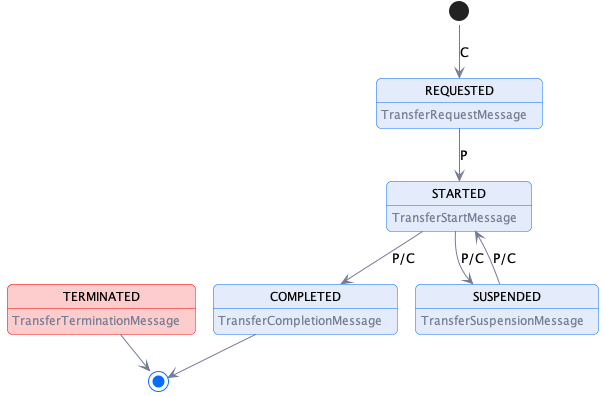
Before: transfer/transfer-process-state-machine.png, a diagram exported from PlantUML (International-Data-Spaces-Association/ids-specification).
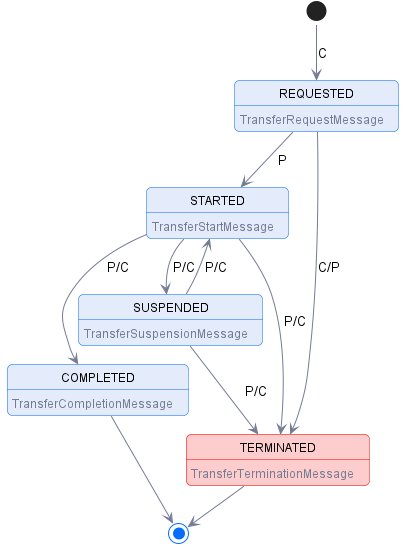
The same file after the commit.

Diff of the diagram source:
```diff
@@ -1,7 +1,7 @@
 @startuml "transfer-process-state-machine"
 !pragma layout smetana
 
-!include ../../diagrams/diagram.styles.puml
+!include ../common/style/diagram.styles.puml
 
 hide empty description
 
@@ -14,11 +14,16 @@
 
 [*] --> REQUESTED: C
 REQUESTED -->  STARTED: P
+REQUESTED -->  TERMINATED: C/P
+
 STARTED -->  COMPLETED: P/C
 STARTED -->  SUSPENDED: P/C
+STARTED -->  TERMINATED: P/C
+
 SUSPENDED --> STARTED: P/C
+SUSPENDED --> TERMINATED: P/C
+
 COMPLETED -->[*]
-
 TERMINATED --> [*]
 
 @enduml
```
